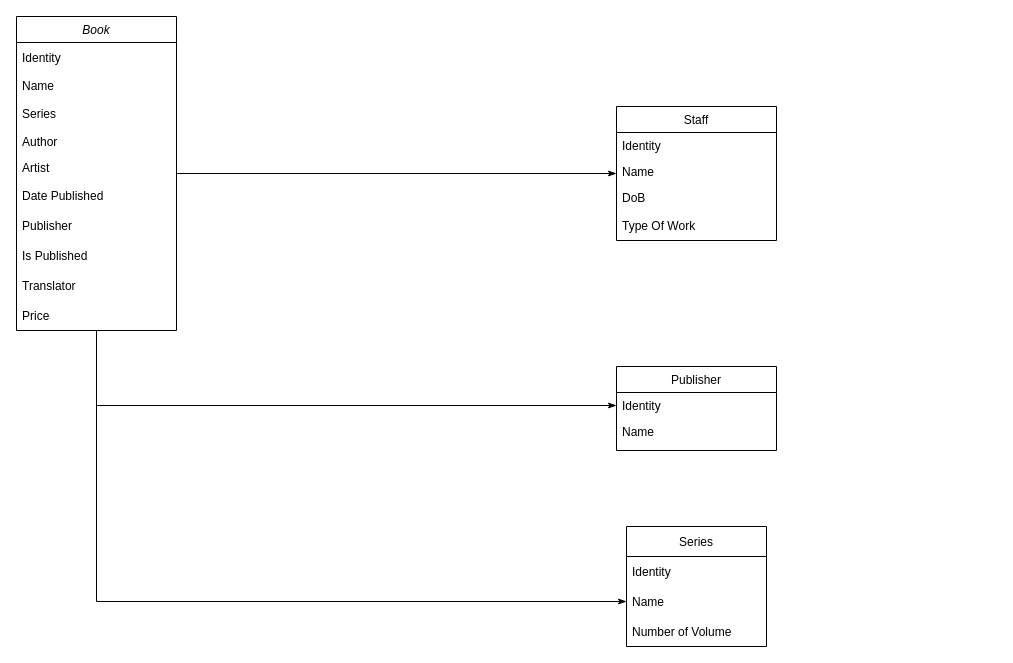
Before: class-diagram.drawio in tdusnewbie/VivyDiscordBot, a draw.io diagram. Source tidied: cells renumbered, new cells numbered last; positions are measured from the earlier drawing's top-left corner, leaving out a move shared by most shapes. Both pictures are drawn from the tidied source at 100%, with x=0, y=0 at pixel (16, 16).
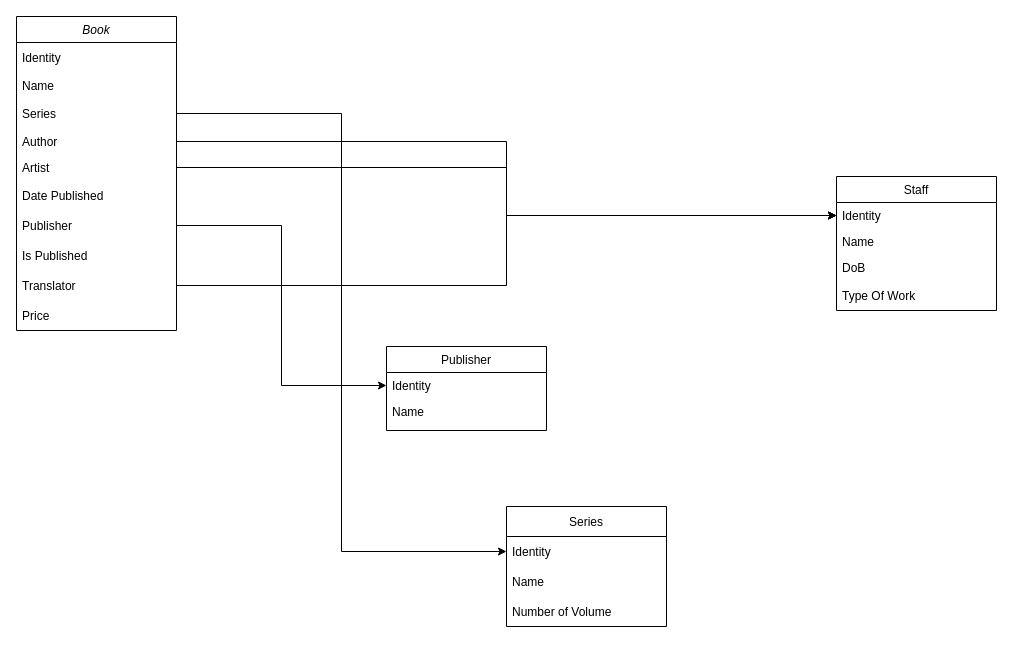
The same diagram, later.

The change refers to these unchanged cells:
```xml
<mxCell id="5" value="Book" style="swimlane;fontStyle=2;align=center;verticalAlign=top;horizontal=1;startSize=26;rounded=0;shadow=0;strokeWidth=1;" parent="1" vertex="1">
  <mxGeometry width="160" height="314" as="geometry" />
</mxCell>
<mxCell id="8" value="Series" style="text;strokeColor=none;fillColor=none;align=left;verticalAlign=middle;spacingLeft=4;spacingRight=4;overflow=hidden;points=[[0,0.5],[1,0.5]];portConstraint=eastwest;" parent="5" vertex="1">
  <mxGeometry y="82" width="160" height="30" as="geometry" />
</mxCell>
<mxCell id="9" value="Author" style="text;align=left;verticalAlign=top;spacingLeft=4;spacingRight=4;overflow=hidden;points=[[0,0.5],[1,0.5]];portConstraint=eastwest;rounded=0;shadow=0;html=0;" parent="5" vertex="1">
  <mxGeometry y="112" width="160" height="26" as="geometry" />
</mxCell>
<mxCell id="10" value="Artist" style="text;align=left;verticalAlign=top;spacingLeft=4;spacingRight=4;overflow=hidden;points=[[0,0.5],[1,0.5]];portConstraint=eastwest;rounded=0;shadow=0;html=0;" parent="5" vertex="1">
  <mxGeometry y="138" width="160" height="26" as="geometry" />
</mxCell>
<mxCell id="12" value="Publisher" style="text;strokeColor=none;fillColor=none;align=left;verticalAlign=middle;spacingLeft=4;spacingRight=4;overflow=hidden;points=[[0,0.5],[1,0.5]];portConstraint=eastwest;" parent="5" vertex="1">
  <mxGeometry y="194" width="160" height="30" as="geometry" />
</mxCell>
<mxCell id="14" value="Translator" style="text;strokeColor=none;fillColor=none;align=left;verticalAlign=middle;spacingLeft=4;spacingRight=4;overflow=hidden;points=[[0,0.5],[1,0.5]];portConstraint=eastwest;" parent="5" vertex="1">
  <mxGeometry y="254" width="160" height="30" as="geometry" />
</mxCell>
<mxCell id="17" value="Identity" style="text;align=left;verticalAlign=top;spacingLeft=4;spacingRight=4;overflow=hidden;points=[[0,0.5],[1,0.5]];portConstraint=eastwest;" parent="16" vertex="1">
  <mxGeometry y="26" width="160" height="26" as="geometry" />
</mxCell>
<mxCell id="20" value="Identity" style="text;align=left;verticalAlign=top;spacingLeft=4;spacingRight=4;overflow=hidden;points=[[0,0.5],[1,0.5]];portConstraint=eastwest;" parent="19" vertex="1">
  <mxGeometry y="26" width="160" height="26" as="geometry" />
</mxCell>
```

Change to the diagram source:
```diff
@@
-    <mxCell id="2" style="edgeStyle=orthogonalEdgeStyle;rounded=0;jettySize=auto;html=1;endArrow=classicThin;endFill=1;" parent="1" edge="1" source="5" target="19">
-      <mxGeometry relative="1" as="geometry" />
-    </mxCell>
-    <mxCell id="3" style="edgeStyle=orthogonalEdgeStyle;rounded=0;jettySize=auto;html=1;endArrow=classicThin;endFill=1;entryX=0;entryY=0.5;entryDx=0;entryDy=0;" parent="1" edge="1" source="5" target="17">
-      <mxGeometry relative="1" as="geometry" />
-    </mxCell>
-    <mxCell id="4" style="edgeStyle=orthogonalEdgeStyle;rounded=0;jettySize=auto;html=1;endArrow=classicThin;endFill=1;entryX=0;entryY=0.5;entryDx=0;entryDy=0;" parent="1" edge="1" source="5" target="26">
-      <mxGeometry relative="1" as="geometry" />
-    </mxCell>
@@
     <mxCell id="16" value="Publisher" style="swimlane;fontStyle=0;align=center;verticalAlign=top;horizontal=1;startSize=26;rounded=0;shadow=0;strokeWidth=1;" parent="1" vertex="1">
-      <mxGeometry x="600" y="350" width="160" height="84" as="geometry" />
+      <mxGeometry x="370" y="330" width="160" height="84" as="geometry" />
     </mxCell>
@@
     <mxCell id="19" value="Staff" style="swimlane;fontStyle=0;align=center;verticalAlign=top;horizontal=1;startSize=26;rounded=0;shadow=0;strokeWidth=1;" parent="1" vertex="1">
-      <mxGeometry x="600" y="90" width="160" height="134" as="geometry" />
+      <mxGeometry x="820" y="160" width="160" height="134" as="geometry" />
     </mxCell>
@@
     <mxCell id="24" value="Series" style="swimlane;fontStyle=0;horizontal=1;startSize=30;" parent="1" vertex="1">
-      <mxGeometry x="610" y="510" width="140" height="120" as="geometry" />
+      <mxGeometry x="490" y="490" width="160" height="120" as="geometry" />
     </mxCell>
     <mxCell id="25" value="Identity" style="text;strokeColor=none;fillColor=none;align=left;verticalAlign=middle;spacingLeft=4;spacingRight=4;overflow=hidden;points=[[0,0.5],[1,0.5]];portConstraint=eastwest;" parent="24" vertex="1">
-      <mxGeometry y="30" width="140" height="30" as="geometry" />
+      <mxGeometry y="30" width="160" height="30" as="geometry" />
     </mxCell>
     <mxCell id="26" value="Name" style="text;strokeColor=none;fillColor=none;align=left;verticalAlign=middle;spacingLeft=4;spacingRight=4;overflow=hidden;points=[[0,0.5],[1,0.5]];portConstraint=eastwest;" parent="24" vertex="1">
-      <mxGeometry y="60" width="140" height="30" as="geometry" />
+      <mxGeometry y="60" width="160" height="30" as="geometry" />
     </mxCell>
     <mxCell id="27" value="Number of Volume" style="text;strokeColor=none;fillColor=none;align=left;verticalAlign=middle;spacingLeft=4;spacingRight=4;overflow=hidden;" parent="24" vertex="1">
-      <mxGeometry y="90" width="140" height="30" as="geometry" />
+      <mxGeometry y="90" width="160" height="30" as="geometry" />
     </mxCell>
+    <mxCell id="28" style="edgeStyle=orthogonalEdgeStyle;rounded=0;jettySize=auto;html=1;entryX=0;entryY=0.5;entryDx=0;entryDy=0;" parent="1" edge="1" source="8" target="25">
+      <mxGeometry relative="1" as="geometry" />
+    </mxCell>
+    <mxCell id="29" style="edgeStyle=orthogonalEdgeStyle;rounded=0;jettySize=auto;html=1;" parent="1" edge="1" source="9" target="20">
+      <mxGeometry relative="1" as="geometry" />
+    </mxCell>
+    <mxCell id="30" style="edgeStyle=orthogonalEdgeStyle;rounded=0;jettySize=auto;html=1;" parent="1" edge="1" source="10" target="20">
+      <mxGeometry relative="1" as="geometry" />
+    </mxCell>
+    <mxCell id="31" style="edgeStyle=orthogonalEdgeStyle;rounded=0;jettySize=auto;html=1;" parent="1" edge="1" source="14" target="20">
+      <mxGeometry relative="1" as="geometry" />
+    </mxCell>
+    <mxCell id="32" style="edgeStyle=orthogonalEdgeStyle;rounded=0;jettySize=auto;html=1;entryX=0;entryY=0.5;entryDx=0;entryDy=0;" parent="1" edge="1" source="12" target="17">
+      <mxGeometry relative="1" as="geometry" />
+    </mxCell>
```
